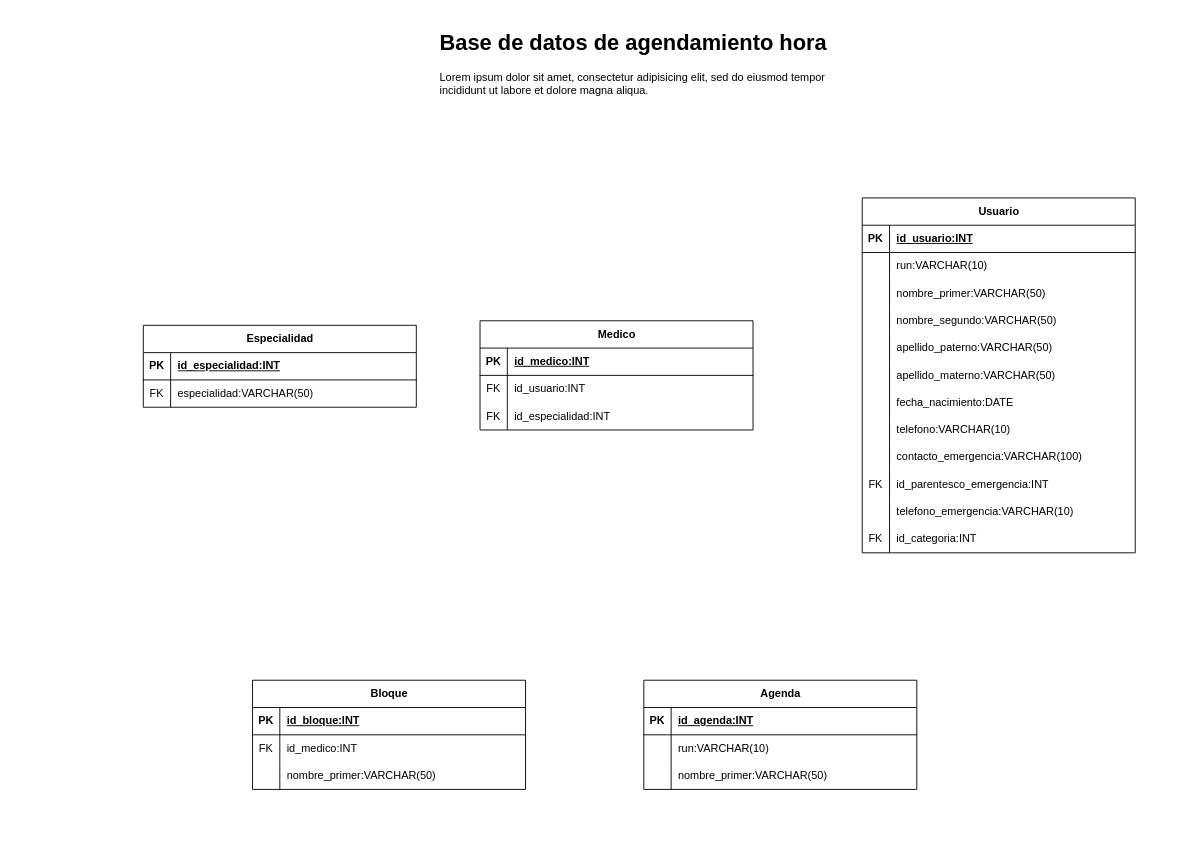
Before: DiagramaDB.drawio in JonaNomas/his-diagram, a draw.io diagram. Source tidied: cells renumbered, new cells numbered last; positions are measured from the earlier drawing's top-left corner, leaving out a move shared by most shapes. Both pictures are drawn from the tidied source at 91%, with x=0, y=0 at pixel (143, 25).
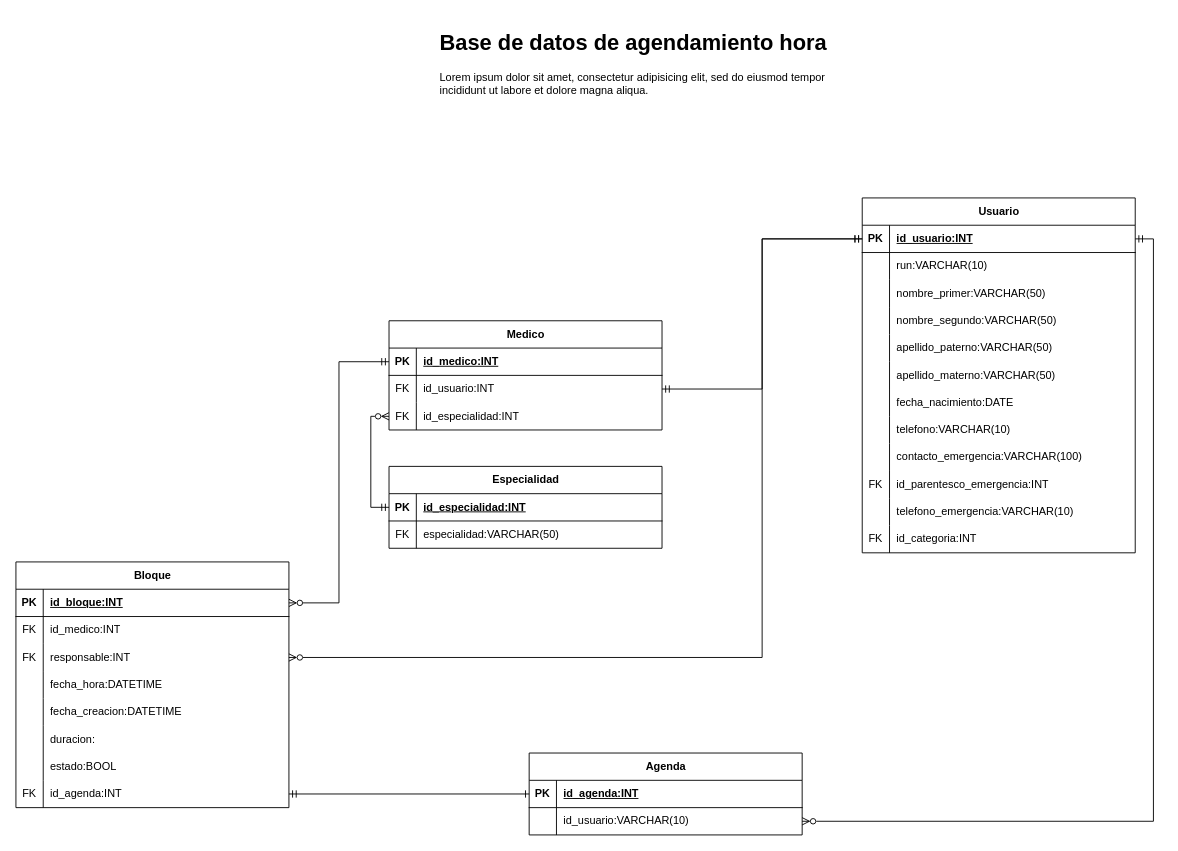
After the change.

Commit message:
Se agregan relaciones

Unchanged cells that the change refers to:
```xml
<mxCell id="3" style="shape=tableRow;horizontal=0;startSize=0;swimlaneHead=0;swimlaneBody=0;fillColor=none;points=[[0,0.5],[1,0.5]];portConstraint=eastwest;top=0;left=0;right=0;bottom=1;" parent="2" vertex="1">
  <mxGeometry y="30" width="300" height="30" as="geometry" />
</mxCell>
<mxCell id="41" style="shape=tableRow;horizontal=0;startSize=0;swimlaneHead=0;swimlaneBody=0;fillColor=none;points=[[0,0.5],[1,0.5]];portConstraint=eastwest;top=0;left=0;right=0;bottom=1;" parent="40" vertex="1">
  <mxGeometry y="30" width="300" height="30" as="geometry" />
</mxCell>
<mxCell id="51" style="shape=tableRow;horizontal=0;startSize=0;swimlaneHead=0;swimlaneBody=0;fillColor=none;points=[[0,0.5],[1,0.5]];portConstraint=eastwest;top=0;left=0;right=0;bottom=1;" parent="50" vertex="1">
  <mxGeometry y="30" width="300" height="30" as="geometry" />
</mxCell>
<mxCell id="54" style="shape=tableRow;horizontal=0;startSize=0;swimlaneHead=0;swimlaneBody=0;fillColor=none;points=[[0,0.5],[1,0.5]];portConstraint=eastwest;top=0;left=0;right=0;bottom=0;" parent="50" vertex="1">
  <mxGeometry y="60" width="300" height="30" as="geometry" />
</mxCell>
<mxCell id="61" style="shape=tableRow;horizontal=0;startSize=0;swimlaneHead=0;swimlaneBody=0;fillColor=none;points=[[0,0.5],[1,0.5]];portConstraint=eastwest;top=0;left=0;right=0;bottom=1;" parent="60" vertex="1">
  <mxGeometry y="30" width="300" height="30" as="geometry" />
</mxCell>
<mxCell id="64" style="shape=tableRow;horizontal=0;startSize=0;swimlaneHead=0;swimlaneBody=0;fillColor=none;points=[[0,0.5],[1,0.5]];portConstraint=eastwest;top=0;left=0;right=0;bottom=0;" parent="60" vertex="1">
  <mxGeometry y="60" width="300" height="30" as="geometry" />
</mxCell>
<mxCell id="67" style="shape=tableRow;horizontal=0;startSize=0;swimlaneHead=0;swimlaneBody=0;fillColor=none;points=[[0,0.5],[1,0.5]];portConstraint=eastwest;top=0;left=0;right=0;bottom=0;" parent="60" vertex="1">
  <mxGeometry y="90" width="300" height="30" as="geometry" />
</mxCell>
<mxCell id="71" style="shape=tableRow;horizontal=0;startSize=0;swimlaneHead=0;swimlaneBody=0;fillColor=none;points=[[0,0.5],[1,0.5]];portConstraint=eastwest;top=0;left=0;right=0;bottom=1;" parent="70" vertex="1">
  <mxGeometry y="30" width="300" height="30" as="geometry" />
</mxCell>
```

Diff of the diagram source:
```diff
@@
     <mxCell id="40" value="Bloque" style="shape=table;startSize=30;childLayout=tableLayout;rowLines=0;fontStyle=1;align=center;html=1;" parent="1" vertex="1">
-      <mxGeometry x="120" y="720" width="300" height="120" as="geometry" />
+      <mxGeometry x="-140" y="590" width="300" height="270" as="geometry" />
     </mxCell>
@@
+    <mxCell id="57" style="shape=tableRow;horizontal=0;startSize=0;swimlaneHead=0;swimlaneBody=0;fillColor=none;points=[[0,0.5],[1,0.5]];portConstraint=eastwest;top=0;left=0;right=0;bottom=0;" parent="40" vertex="1">
+      <mxGeometry y="90" width="300" height="30" as="geometry" />
+    </mxCell>
+    <mxCell id="77" value="FK" style="shape=partialRectangle;fillColor=none;top=0;left=0;bottom=0;right=0;overflow=hidden;whiteSpace=wrap;html=1;" parent="57" vertex="1">
+      <mxGeometry width="30" height="30" as="geometry" />
+    </mxCell>
+    <mxCell id="78" value="responsable:INT" style="shape=partialRectangle;fillColor=none;top=0;left=0;bottom=0;right=0;align=left;spacingLeft=6;overflow=hidden;whiteSpace=wrap;html=1;" parent="57" vertex="1">
+      <mxGeometry x="30" width="270" height="30" as="geometry" />
+    </mxCell>
     <mxCell id="47" style="shape=tableRow;horizontal=0;startSize=0;swimlaneHead=0;swimlaneBody=0;fillColor=none;top=0;left=0;right=0;bottom=0;" parent="40" vertex="1">
-      <mxGeometry y="90" width="300" height="30" as="geometry" />
+      <mxGeometry y="120" width="300" height="30" as="geometry" />
     </mxCell>
@@
-    <mxCell id="49" value="nombre_primer:VARCHAR(50)" style="shape=partialRectangle;fillColor=none;top=0;left=0;bottom=0;right=0;align=left;spacingLeft=6;overflow=hidden;whiteSpace=wrap;html=1;" parent="47" vertex="1">
+    <mxCell id="49" value="fecha_hora:DATETIME" style="shape=partialRectangle;fillColor=none;top=0;left=0;bottom=0;right=0;align=left;spacingLeft=6;overflow=hidden;whiteSpace=wrap;html=1;" parent="47" vertex="1">
       <mxGeometry x="30" width="270" height="30" as="geometry" />
     </mxCell>
+    <mxCell id="79" style="shape=tableRow;horizontal=0;startSize=0;swimlaneHead=0;swimlaneBody=0;fillColor=none;top=0;left=0;right=0;bottom=0;" parent="40" vertex="1">
+      <mxGeometry y="150" width="300" height="30" as="geometry" />
+    </mxCell>
+    <mxCell id="80" style="shape=partialRectangle;fillColor=none;top=0;left=0;bottom=0;right=0;overflow=hidden;whiteSpace=wrap;html=1;" parent="79" vertex="1">
+      <mxGeometry width="30" height="30" as="geometry" />
+    </mxCell>
+    <mxCell id="81" value="fecha_creacion:DATETIME" style="shape=partialRectangle;fillColor=none;top=0;left=0;bottom=0;right=0;align=left;spacingLeft=6;overflow=hidden;whiteSpace=wrap;html=1;" parent="79" vertex="1">
+      <mxGeometry x="30" width="270" height="30" as="geometry" />
+    </mxCell>
+    <mxCell id="82" style="shape=tableRow;horizontal=0;startSize=0;swimlaneHead=0;swimlaneBody=0;fillColor=none;top=0;left=0;right=0;bottom=0;" parent="40" vertex="1">
+      <mxGeometry y="180" width="300" height="30" as="geometry" />
+    </mxCell>
+    <mxCell id="83" style="shape=partialRectangle;fillColor=none;top=0;left=0;bottom=0;right=0;overflow=hidden;whiteSpace=wrap;html=1;" parent="82" vertex="1">
+      <mxGeometry width="30" height="30" as="geometry" />
+    </mxCell>
+    <mxCell id="84" value="duracion:" style="shape=partialRectangle;fillColor=none;top=0;left=0;bottom=0;right=0;align=left;spacingLeft=6;overflow=hidden;whiteSpace=wrap;html=1;" parent="82" vertex="1">
+      <mxGeometry x="30" width="270" height="30" as="geometry" />
+    </mxCell>
+    <mxCell id="85" style="shape=tableRow;horizontal=0;startSize=0;swimlaneHead=0;swimlaneBody=0;fillColor=none;top=0;left=0;right=0;bottom=0;" parent="40" vertex="1">
+      <mxGeometry y="210" width="300" height="30" as="geometry" />
+    </mxCell>
+    <mxCell id="86" style="shape=partialRectangle;fillColor=none;top=0;left=0;bottom=0;right=0;overflow=hidden;whiteSpace=wrap;html=1;" parent="85" vertex="1">
+      <mxGeometry width="30" height="30" as="geometry" />
+    </mxCell>
+    <mxCell id="87" value="estado:BOOL" style="shape=partialRectangle;fillColor=none;top=0;left=0;bottom=0;right=0;align=left;spacingLeft=6;overflow=hidden;whiteSpace=wrap;html=1;" parent="85" vertex="1">
+      <mxGeometry x="30" width="270" height="30" as="geometry" />
+    </mxCell>
+    <mxCell id="88" style="shape=tableRow;horizontal=0;startSize=0;swimlaneHead=0;swimlaneBody=0;fillColor=none;points=[[0,0.5],[1,0.5]];portConstraint=eastwest;top=0;left=0;right=0;bottom=0;" parent="40" vertex="1">
+      <mxGeometry y="240" width="300" height="30" as="geometry" />
+    </mxCell>
+    <mxCell id="89" value="FK" style="shape=partialRectangle;fillColor=none;top=0;left=0;bottom=0;right=0;overflow=hidden;whiteSpace=wrap;html=1;" parent="88" vertex="1">
+      <mxGeometry width="30" height="30" as="geometry" />
+    </mxCell>
+    <mxCell id="90" value="id_agenda:INT" style="shape=partialRectangle;fillColor=none;top=0;left=0;bottom=0;right=0;align=left;spacingLeft=6;overflow=hidden;whiteSpace=wrap;html=1;" parent="88" vertex="1">
+      <mxGeometry x="30" width="270" height="30" as="geometry" />
+    </mxCell>
     <mxCell id="50" value="Agenda" style="shape=table;startSize=30;childLayout=tableLayout;rowLines=0;fontStyle=1;align=center;html=1;" parent="1" vertex="1">
-      <mxGeometry x="550" y="720" width="300" height="120" as="geometry" />
+      <mxGeometry x="424" y="800" width="300" height="90" as="geometry" />
     </mxCell>
@@
-    <mxCell id="56" value="run:VARCHAR(10)" style="shape=partialRectangle;fillColor=none;top=0;left=0;bottom=0;right=0;align=left;spacingLeft=6;overflow=hidden;whiteSpace=wrap;html=1;" parent="54" vertex="1">
+    <mxCell id="56" value="id_usuario:VARCHAR(10)" style="shape=partialRectangle;fillColor=none;top=0;left=0;bottom=0;right=0;align=left;spacingLeft=6;overflow=hidden;whiteSpace=wrap;html=1;" parent="54" vertex="1">
       <mxGeometry x="30" width="270" height="30" as="geometry" />
     </mxCell>
-    <mxCell id="57" style="shape=tableRow;horizontal=0;startSize=0;swimlaneHead=0;swimlaneBody=0;fillColor=none;points=[[0,0.5],[1,0.5]];portConstraint=eastwest;top=0;left=0;right=0;bottom=0;" parent="50" vertex="1">
-      <mxGeometry y="90" width="300" height="30" as="geometry" />
-    </mxCell>
-    <mxCell id="58" style="shape=partialRectangle;fillColor=none;top=0;left=0;bottom=0;right=0;overflow=hidden;whiteSpace=wrap;html=1;" parent="57" vertex="1">
-      <mxGeometry width="30" height="30" as="geometry" />
-    </mxCell>
-    <mxCell id="59" value="nombre_primer:VARCHAR(50)" style="shape=partialRectangle;fillColor=none;top=0;left=0;bottom=0;right=0;align=left;spacingLeft=6;overflow=hidden;whiteSpace=wrap;html=1;" parent="57" vertex="1">
-      <mxGeometry x="30" width="270" height="30" as="geometry" />
-    </mxCell>
     <mxCell id="60" value="Medico" style="shape=table;startSize=30;childLayout=tableLayout;rowLines=0;fontStyle=1;align=center;html=1;" parent="1" vertex="1">
-      <mxGeometry x="370" y="325" width="300" height="120" as="geometry" />
+      <mxGeometry x="270" y="325" width="300" height="120" as="geometry" />
     </mxCell>
@@
     <mxCell id="70" value="Especialidad" style="shape=table;startSize=30;childLayout=tableLayout;rowLines=0;fontStyle=1;align=center;html=1;" parent="1" vertex="1">
-      <mxGeometry y="330" width="300" height="90" as="geometry" />
+      <mxGeometry x="270" y="485" width="300" height="90" as="geometry" />
     </mxCell>
@@
+    <mxCell id="91" style="edgeStyle=orthogonalEdgeStyle;rounded=0;jettySize=auto;html=1;exitX=1;exitY=0.5;exitDx=0;exitDy=0;entryX=0;entryY=0.5;entryDx=0;entryDy=0;endArrow=ERmandOne;endFill=0;startArrow=ERmandOne;startFill=0;" parent="1" edge="1" source="64" target="3">
+      <mxGeometry relative="1" as="geometry" />
+    </mxCell>
+    <mxCell id="92" style="edgeStyle=orthogonalEdgeStyle;rounded=0;jettySize=auto;html=1;exitX=0;exitY=0.5;exitDx=0;exitDy=0;entryX=0;entryY=0.5;entryDx=0;entryDy=0;endArrow=ERmandOne;endFill=0;startArrow=ERzeroToMany;startFill=0;" parent="1" edge="1" source="67" target="71">
+      <mxGeometry relative="1" as="geometry" />
+    </mxCell>
+    <mxCell id="93" style="edgeStyle=orthogonalEdgeStyle;rounded=0;jettySize=auto;html=1;exitX=0;exitY=0.5;exitDx=0;exitDy=0;entryX=1;entryY=0.5;entryDx=0;entryDy=0;endArrow=ERzeroToMany;endFill=0;startArrow=ERmandOne;startFill=0;" parent="1" edge="1" source="61" target="41">
+      <mxGeometry relative="1" as="geometry" />
+    </mxCell>
+    <mxCell id="94" style="edgeStyle=orthogonalEdgeStyle;rounded=0;jettySize=auto;html=1;exitX=1;exitY=0.5;exitDx=0;exitDy=0;entryX=0;entryY=0.5;entryDx=0;entryDy=0;endArrow=ERone;endFill=0;startArrow=ERmandOne;startFill=0;" parent="1" edge="1" source="88" target="51">
+      <mxGeometry relative="1" as="geometry" />
+    </mxCell>
+    <mxCell id="95" style="edgeStyle=orthogonalEdgeStyle;rounded=0;jettySize=auto;html=1;exitX=1;exitY=0.5;exitDx=0;exitDy=0;entryX=1;entryY=0.5;entryDx=0;entryDy=0;endArrow=ERmandOne;endFill=0;startArrow=ERzeroToMany;startFill=0;" parent="1" edge="1" source="54" target="3">
+      <mxGeometry relative="1" as="geometry" />
+    </mxCell>
+    <mxCell id="96" style="edgeStyle=orthogonalEdgeStyle;rounded=0;jettySize=auto;html=1;exitX=1;exitY=0.5;exitDx=0;exitDy=0;entryX=0;entryY=0.5;entryDx=0;entryDy=0;endArrow=ERmandOne;endFill=0;startArrow=ERzeroToMany;startFill=0;" parent="1" edge="1" source="57" target="3">
+      <mxGeometry relative="1" as="geometry">
+        <Array as="points">
+          <mxPoint x="680" y="695" />
+          <mxPoint x="680" y="235" />
+        </Array>
+      </mxGeometry>
+    </mxCell>
```
